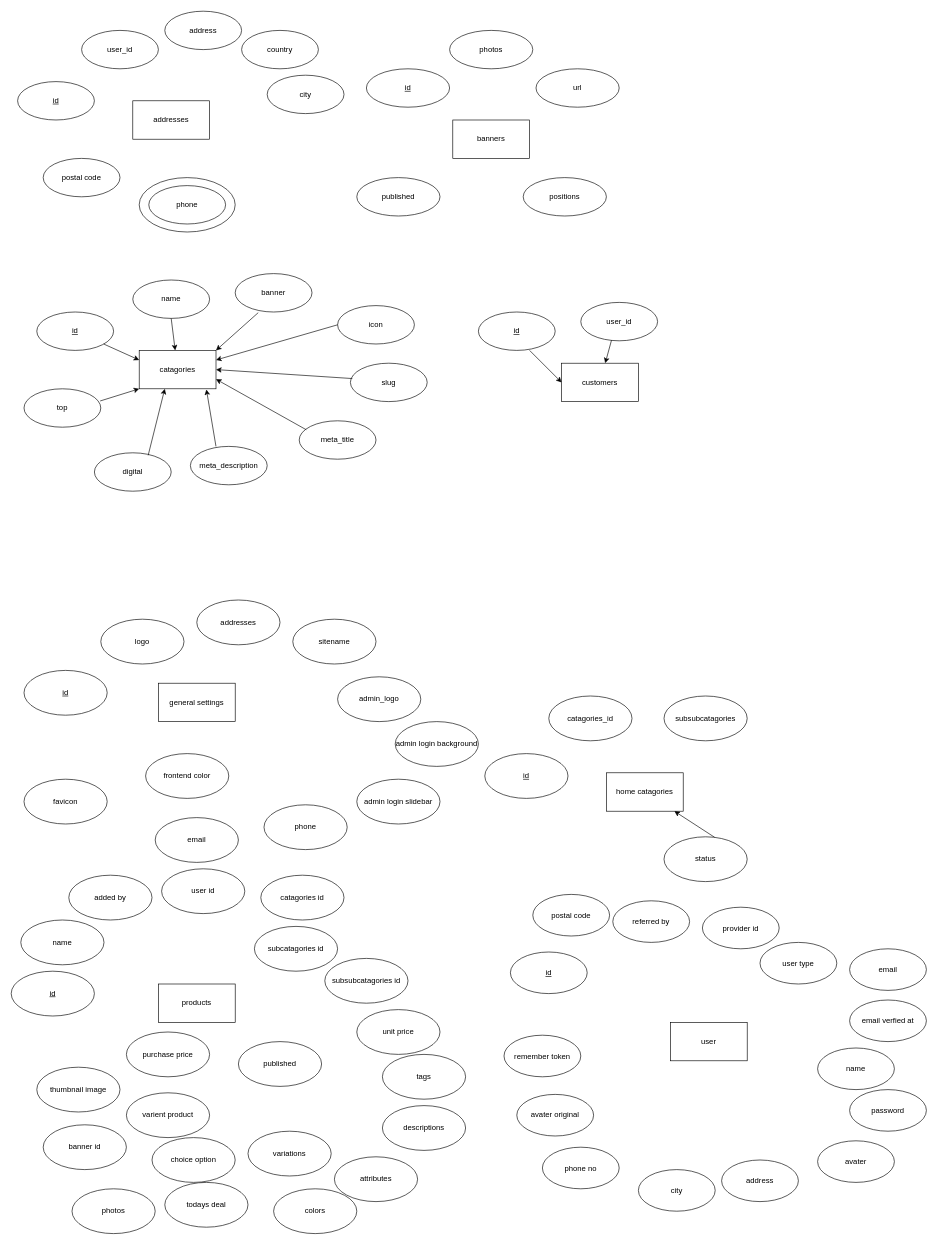
This is Untitled Diagram.drawio from mmoinislam/hello, a draw.io file, before an edit. Source tidied: cells renumbered, new cells numbered last; positions are measured from the earlier drawing's top-left corner, leaving out a move shared by most shapes. Both pictures are drawn from the tidied source at 64%, with x=0, y=0 at pixel (11, 11).
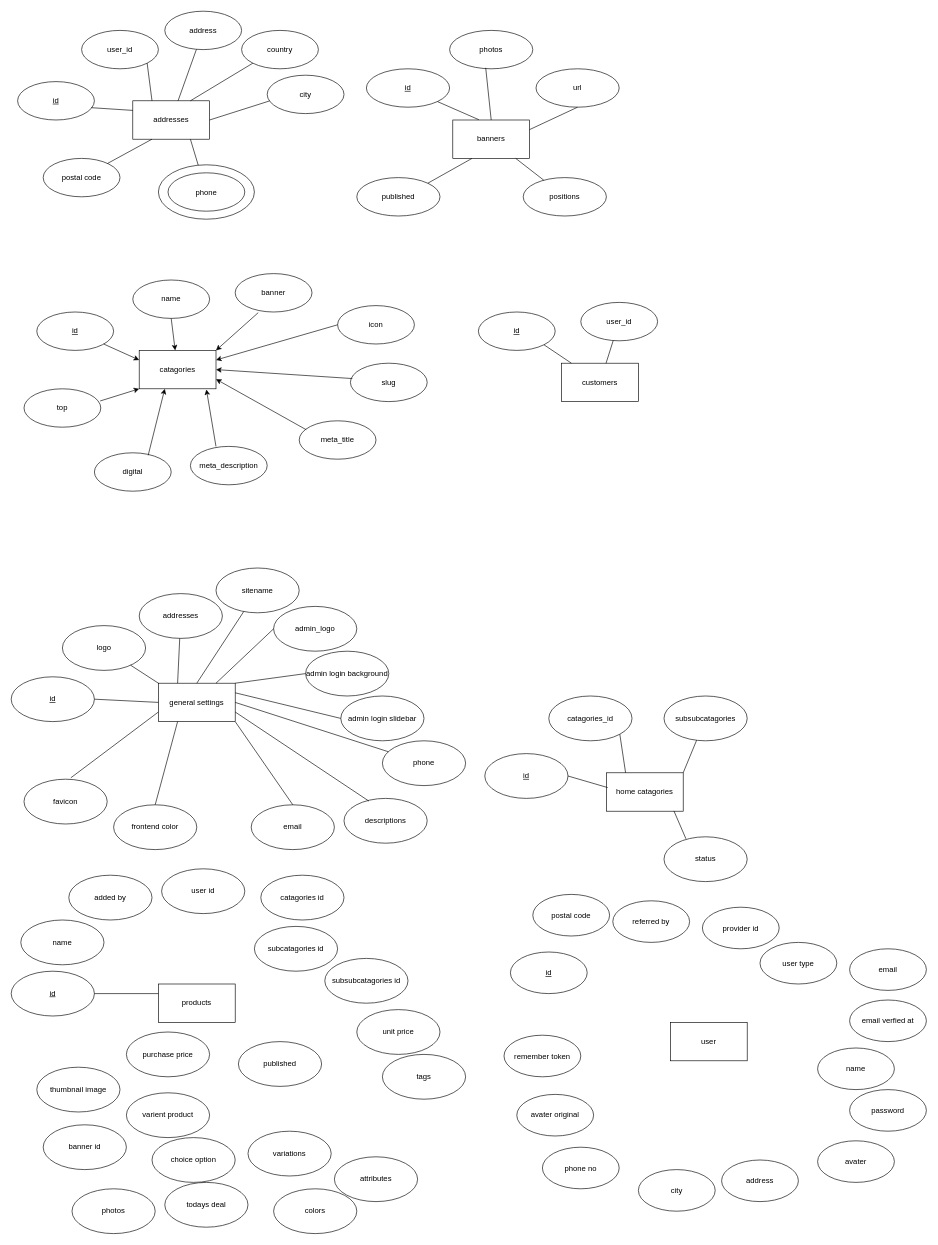
The same page after the edit.

The change refers to these unchanged cells:
```xml
<mxCell id="2" value="addresses" style="rounded=0;whiteSpace=wrap;html=1;" parent="1" vertex="1">
<mxCell id="3" value="&lt;u&gt;id&lt;/u&gt;" style="ellipse;whiteSpace=wrap;html=1;" parent="1" vertex="1">
<mxCell id="4" value="user_id" style="ellipse;whiteSpace=wrap;html=1;" parent="1" vertex="1">
<mxCell id="5" value="address" style="ellipse;whiteSpace=wrap;html=1;" parent="1" vertex="1">
<mxCell id="6" value="country" style="ellipse;whiteSpace=wrap;html=1;" parent="1" vertex="1">
<mxCell id="7" value="city" style="ellipse;whiteSpace=wrap;html=1;" parent="1" vertex="1">
<mxCell id="8" value="postal code" style="ellipse;whiteSpace=wrap;html=1;" parent="1" vertex="1">
<mxCell id="10" style="ellipse;whiteSpace=wrap;html=1;" parent="9" vertex="1">
<mxCell id="12" value="banners" style="rounded=0;whiteSpace=wrap;html=1;" parent="1" vertex="1">
<mxCell id="13" value="&lt;u&gt;id&lt;/u&gt;" style="ellipse;whiteSpace=wrap;html=1;" parent="1" vertex="1">
<mxCell id="14" value="photos" style="ellipse;whiteSpace=wrap;html=1;" parent="1" vertex="1">
<mxCell id="15" value="url" style="ellipse;whiteSpace=wrap;html=1;" parent="1" vertex="1">
<mxCell id="16" value="positions" style="ellipse;whiteSpace=wrap;html=1;" parent="1" vertex="1">
<mxCell id="17" value="published" style="ellipse;whiteSpace=wrap;html=1;" parent="1" vertex="1">
<mxCell id="37" value="customers" style="rounded=0;whiteSpace=wrap;html=1;" parent="1" vertex="1">
<mxCell id="38" value="&lt;u&gt;id&lt;/u&gt;" style="ellipse;whiteSpace=wrap;html=1;" parent="1" vertex="1">
<mxCell id="39" value="user_id" style="ellipse;whiteSpace=wrap;html=1;" parent="1" vertex="1">
<mxCell id="42" value="general settings" style="rounded=0;whiteSpace=wrap;html=1;" parent="1" vertex="1">
<mxCell id="52" value="favicon" style="ellipse;whiteSpace=wrap;html=1;" parent="1" vertex="1">
<mxCell id="54" value="home catagories" style="rounded=0;whiteSpace=wrap;html=1;" parent="1" vertex="1">
<mxCell id="55" value="&lt;u&gt;id&lt;/u&gt;" style="ellipse;whiteSpace=wrap;html=1;" parent="1" vertex="1">
<mxCell id="56" value="catagories_id" style="ellipse;whiteSpace=wrap;html=1;" parent="1" vertex="1">
<mxCell id="57" value="subsubcatagories" style="ellipse;whiteSpace=wrap;html=1;" parent="1" vertex="1">
<mxCell id="58" value="status" style="ellipse;whiteSpace=wrap;html=1;" parent="1" vertex="1">
<mxCell id="59" value="products" style="rounded=0;whiteSpace=wrap;html=1;" parent="1" vertex="1">
<mxCell id="60" value="&lt;u&gt;id&lt;/u&gt;" style="ellipse;whiteSpace=wrap;html=1;" parent="1" vertex="1">
```

Diff of the diagram source:
```diff
@@
     <mxCell id="9" style="group;" parent="1" vertex="1">
-      <mxGeometry x="200" y="260" width="150" height="85" as="geometry" />
+      <mxGeometry x="230" y="240" width="150" height="85" as="geometry" />
     </mxCell>
@@
-    <mxCell id="40" style="endArrow=classic;html=1;entryX=0;entryY=0.5;entryDx=0;entryDy=0;" parent="1" edge="1" target="37">
-      <mxGeometry relative="1" as="geometry">
-        <mxPoint x="810" y="530" as="sourcePoint" />
-      </mxGeometry>
-    </mxCell>
-    <mxCell id="41" style="endArrow=classic;html=1;exitX=0.4;exitY=0.983;exitDx=0;exitDy=0;exitPerimeter=0;" parent="1" edge="1" source="39" target="37">
-      <mxGeometry relative="1" as="geometry" />
-    </mxCell>
@@
     <mxCell id="43" value="&lt;u&gt;id&lt;/u&gt;" style="ellipse;whiteSpace=wrap;html=1;" parent="1" vertex="1">
-      <mxGeometry x="20" y="1030" width="130" height="70" as="geometry" />
+      <mxGeometry y="1040" width="130" height="70" as="geometry" />
     </mxCell>
     <mxCell id="44" value="logo" style="ellipse;whiteSpace=wrap;html=1;" parent="1" vertex="1">
-      <mxGeometry x="140" y="950" width="130" height="70" as="geometry" />
+      <mxGeometry x="80" y="960" width="130" height="70" as="geometry" />
     </mxCell>
     <mxCell id="45" value="addresses" style="ellipse;whiteSpace=wrap;html=1;" parent="1" vertex="1">
-      <mxGeometry x="290" y="920" width="130" height="70" as="geometry" />
+      <mxGeometry x="200" y="910" width="130" height="70" as="geometry" />
     </mxCell>
     <mxCell id="46" value="sitename" style="ellipse;whiteSpace=wrap;html=1;" parent="1" vertex="1">
-      <mxGeometry x="440" y="950" width="130" height="70" as="geometry" />
+      <mxGeometry x="320" y="870" width="130" height="70" as="geometry" />
     </mxCell>
     <mxCell id="47" value="admin login slidebar" style="ellipse;whiteSpace=wrap;html=1;" parent="1" vertex="1">
-      <mxGeometry x="540" y="1200" width="130" height="70" as="geometry" />
+      <mxGeometry x="515" y="1070" width="130" height="70" as="geometry" />
     </mxCell>
     <mxCell id="48" value="admin_logo" style="ellipse;whiteSpace=wrap;html=1;" parent="1" vertex="1">
-      <mxGeometry x="510" y="1040" width="130" height="70" as="geometry" />
+      <mxGeometry x="410" y="930" width="130" height="70" as="geometry" />
     </mxCell>
     <mxCell id="49" value="admin login background" style="ellipse;whiteSpace=wrap;html=1;" parent="1" vertex="1">
-      <mxGeometry x="600" y="1110" width="130" height="70" as="geometry" />
+      <mxGeometry x="460" y="1000" width="130" height="70" as="geometry" />
     </mxCell>
     <mxCell id="50" value="phone" style="ellipse;whiteSpace=wrap;html=1;" parent="1" vertex="1">
-      <mxGeometry x="395" y="1240" width="130" height="70" as="geometry" />
+      <mxGeometry x="580" y="1140" width="130" height="70" as="geometry" />
     </mxCell>
     <mxCell id="51" value="email" style="ellipse;whiteSpace=wrap;html=1;" parent="1" vertex="1">
-      <mxGeometry x="225" y="1260" width="130" height="70" as="geometry" />
+      <mxGeometry x="375" y="1240" width="130" height="70" as="geometry" />
     </mxCell>
@@
     <mxCell id="53" value="frontend color" style="ellipse;whiteSpace=wrap;html=1;" parent="1" vertex="1">
-      <mxGeometry x="210" y="1160" width="130" height="70" as="geometry" />
+      <mxGeometry x="160" y="1240" width="130" height="70" as="geometry" />
     </mxCell>
@@
     <mxCell id="79" value="descriptions" style="ellipse;whiteSpace=wrap;html=1;" parent="1" vertex="1">
-      <mxGeometry x="580" y="1710" width="130" height="70" as="geometry" />
+      <mxGeometry x="520" y="1230" width="130" height="70" as="geometry" />
     </mxCell>
@@
+    <mxCell id="98" style="endArrow=none;html=1;entryX=0.75;entryY=1;entryDx=0;entryDy=0;" parent="1" edge="1" source="10" target="2">
+      <mxGeometry relative="1" as="geometry" />
+    </mxCell>
+    <mxCell id="99" style="endArrow=none;html=1;entryX=0.25;entryY=1;entryDx=0;entryDy=0;" parent="1" edge="1" source="8" target="2">
+      <mxGeometry relative="1" as="geometry" />
+    </mxCell>
+    <mxCell id="100" style="endArrow=none;html=1;entryX=0;entryY=0.25;entryDx=0;entryDy=0;exitX=0.958;exitY=0.679;exitDx=0;exitDy=0;exitPerimeter=0;" parent="1" edge="1" source="3" target="2">
+      <mxGeometry relative="1" as="geometry" />
+    </mxCell>
+    <mxCell id="101" style="endArrow=none;html=1;entryX=0.031;entryY=0.67;entryDx=0;entryDy=0;entryPerimeter=0;exitX=1;exitY=0.5;exitDx=0;exitDy=0;" parent="1" edge="1" source="2" target="7">
+      <mxGeometry relative="1" as="geometry" />
+    </mxCell>
+    <mxCell id="102" style="endArrow=none;html=1;entryX=0;entryY=1;entryDx=0;entryDy=0;exitX=0.75;exitY=0;exitDx=0;exitDy=0;" parent="1" edge="1" source="2" target="6">
+      <mxGeometry relative="1" as="geometry" />
+    </mxCell>
+    <mxCell id="103" style="endArrow=none;html=1;entryX=1;entryY=1;entryDx=0;entryDy=0;exitX=0.25;exitY=0;exitDx=0;exitDy=0;" parent="1" edge="1" source="2" target="4">
+      <mxGeometry relative="1" as="geometry" />
+    </mxCell>
+    <mxCell id="104" style="endArrow=none;html=1;" parent="1" edge="1" source="2" target="5">
+      <mxGeometry relative="1" as="geometry" />
+    </mxCell>
+    <mxCell id="105" style="endArrow=none;html=1;entryX=0.25;entryY=1;entryDx=0;entryDy=0;exitX=1;exitY=0;exitDx=0;exitDy=0;" parent="1" edge="1" source="17" target="12">
+      <mxGeometry relative="1" as="geometry" />
+    </mxCell>
+    <mxCell id="106" style="endArrow=none;html=1;" parent="1" edge="1" source="16" target="12">
+      <mxGeometry relative="1" as="geometry" />
+    </mxCell>
+    <mxCell id="107" style="endArrow=none;html=1;entryX=1;entryY=0.25;entryDx=0;entryDy=0;exitX=0.5;exitY=1;exitDx=0;exitDy=0;" parent="1" edge="1" source="15" target="12">
+      <mxGeometry relative="1" as="geometry" />
+    </mxCell>
+    <mxCell id="108" style="endArrow=none;html=1;exitX=1;exitY=1;exitDx=0;exitDy=0;entryX=0.34;entryY=-0.007;entryDx=0;entryDy=0;entryPerimeter=0;" parent="1" edge="1" source="13" target="12">
+      <mxGeometry relative="1" as="geometry" />
+    </mxCell>
+    <mxCell id="109" style="endArrow=none;html=1;entryX=0.434;entryY=0.974;entryDx=0;entryDy=0;entryPerimeter=0;exitX=0.5;exitY=0;exitDx=0;exitDy=0;" parent="1" edge="1" source="12" target="14">
+      <mxGeometry relative="1" as="geometry" />
+    </mxCell>
+    <mxCell id="110" style="endArrow=none;html=1;entryX=1;entryY=1;entryDx=0;entryDy=0;" parent="1" edge="1" source="37" target="38">
+      <mxGeometry relative="1" as="geometry" />
+    </mxCell>
+    <mxCell id="111" style="endArrow=none;html=1;" parent="1" edge="1" source="37" target="39">
+      <mxGeometry relative="1" as="geometry" />
+    </mxCell>
+    <mxCell id="112" style="endArrow=none;html=1;entryX=0;entryY=0.5;entryDx=0;entryDy=0;exitX=1;exitY=0.5;exitDx=0;exitDy=0;" parent="1" edge="1" source="43" target="42">
+      <mxGeometry relative="1" as="geometry" />
+    </mxCell>
+    <mxCell id="113" style="endArrow=none;html=1;exitX=0;exitY=0;exitDx=0;exitDy=0;" parent="1" edge="1" source="42" target="44">
+      <mxGeometry relative="1" as="geometry" />
+    </mxCell>
+    <mxCell id="114" style="endArrow=none;html=1;exitX=0.25;exitY=0;exitDx=0;exitDy=0;" parent="1" edge="1" source="42" target="45">
+      <mxGeometry relative="1" as="geometry" />
+    </mxCell>
+    <mxCell id="115" style="endArrow=none;html=1;exitX=0.5;exitY=0;exitDx=0;exitDy=0;" parent="1" edge="1" source="42" target="46">
+      <mxGeometry relative="1" as="geometry" />
+    </mxCell>
+    <mxCell id="116" style="endArrow=none;html=1;exitX=0.75;exitY=0;exitDx=0;exitDy=0;entryX=0;entryY=0.5;entryDx=0;entryDy=0;" parent="1" edge="1" source="42" target="48">
+      <mxGeometry relative="1" as="geometry" />
+    </mxCell>
+    <mxCell id="117" style="endArrow=none;html=1;entryX=0;entryY=0.5;entryDx=0;entryDy=0;exitX=1;exitY=0;exitDx=0;exitDy=0;" parent="1" edge="1" source="42" target="49">
+      <mxGeometry relative="1" as="geometry" />
+    </mxCell>
+    <mxCell id="118" style="endArrow=none;html=1;entryX=0;entryY=0.5;entryDx=0;entryDy=0;exitX=1;exitY=0.25;exitDx=0;exitDy=0;" parent="1" edge="1" source="42" target="47">
+      <mxGeometry relative="1" as="geometry" />
+    </mxCell>
+    <mxCell id="119" style="endArrow=none;html=1;entryX=1;entryY=0.5;entryDx=0;entryDy=0;" parent="1" edge="1" source="50" target="42">
+      <mxGeometry relative="1" as="geometry" />
+    </mxCell>
+    <mxCell id="120" style="endArrow=none;html=1;entryX=0.3;entryY=0.061;entryDx=0;entryDy=0;entryPerimeter=0;exitX=1;exitY=0.75;exitDx=0;exitDy=0;" parent="1" edge="1" source="42" target="79">
+      <mxGeometry relative="1" as="geometry" />
+    </mxCell>
+    <mxCell id="121" style="endArrow=none;html=1;entryX=0.5;entryY=0;entryDx=0;entryDy=0;exitX=1;exitY=1;exitDx=0;exitDy=0;" parent="1" edge="1" source="42" target="51">
+      <mxGeometry relative="1" as="geometry" />
+    </mxCell>
+    <mxCell id="122" style="endArrow=none;html=1;entryX=0.25;entryY=1;entryDx=0;entryDy=0;exitX=0.5;exitY=0;exitDx=0;exitDy=0;" parent="1" edge="1" source="53" target="42">
+      <mxGeometry relative="1" as="geometry" />
+    </mxCell>
+    <mxCell id="123" style="endArrow=none;html=1;entryX=0;entryY=0.75;entryDx=0;entryDy=0;exitX=0.563;exitY=-0.031;exitDx=0;exitDy=0;exitPerimeter=0;" parent="1" edge="1" source="52" target="42">
+      <mxGeometry relative="1" as="geometry" />
+    </mxCell>
+    <mxCell id="124" style="endArrow=none;html=1;exitX=0;exitY=0.25;exitDx=0;exitDy=0;" parent="1" edge="1" source="59" target="60">
+      <mxGeometry relative="1" as="geometry" />
+    </mxCell>
-    <mxCell id="97" style="endArrow=classic;html=1;exitX=0.608;exitY=0.011;exitDx=0;exitDy=0;exitPerimeter=0;" parent="1" edge="1" source="58" target="54">
+    <mxCell id="97" style="endArrow=none;html=1;entryX=0.879;entryY=0.993;entryDx=0;entryDy=0;entryPerimeter=0;exitX=0.264;exitY=0.045;exitDx=0;exitDy=0;exitPerimeter=0;" parent="1" edge="1" source="58" target="54">
       <mxGeometry relative="1" as="geometry" />
     </mxCell>
+    <mxCell id="125" style="endArrow=none;html=1;exitX=1;exitY=0;exitDx=0;exitDy=0;" parent="1" edge="1" source="54" target="57">
+      <mxGeometry relative="1" as="geometry" />
+    </mxCell>
+    <mxCell id="126" style="endArrow=none;html=1;entryX=1;entryY=1;entryDx=0;entryDy=0;exitX=0.25;exitY=0;exitDx=0;exitDy=0;" parent="1" edge="1" source="54" target="56">
+      <mxGeometry relative="1" as="geometry" />
+    </mxCell>
+    <mxCell id="127" style="endArrow=none;html=1;entryX=0.017;entryY=0.385;entryDx=0;entryDy=0;entryPerimeter=0;exitX=1;exitY=0.5;exitDx=0;exitDy=0;" parent="1" edge="1" source="55" target="54">
+      <mxGeometry relative="1" as="geometry" />
+    </mxCell>
```
